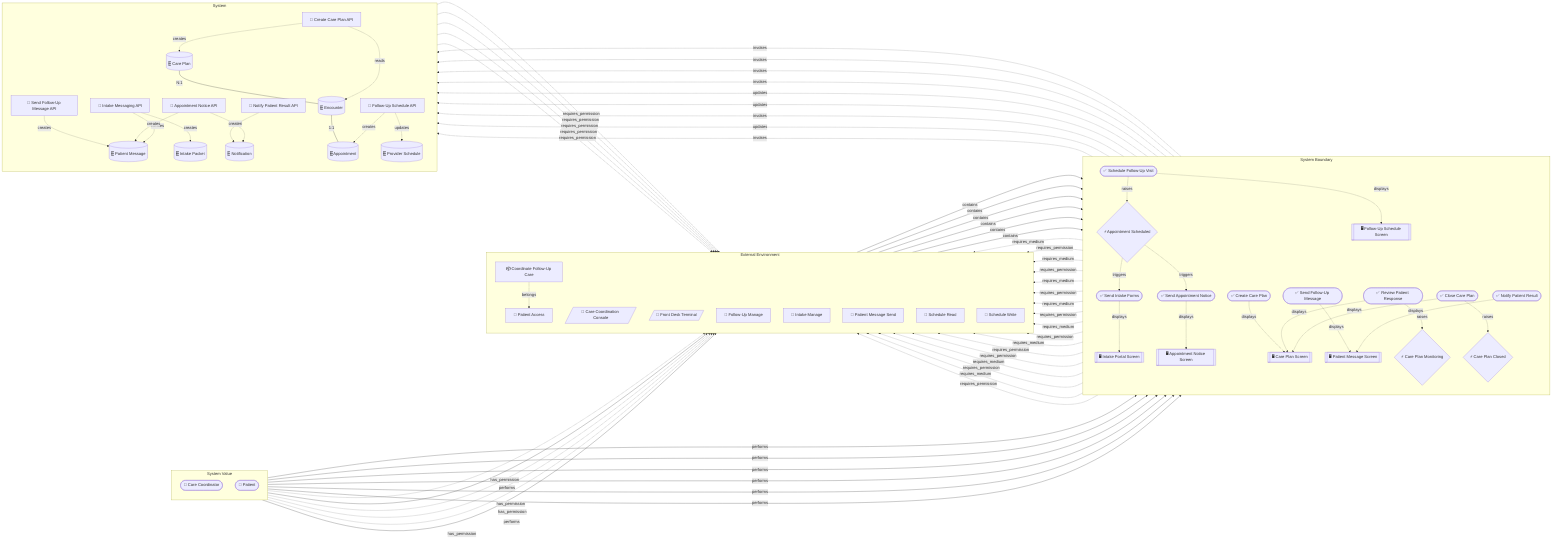
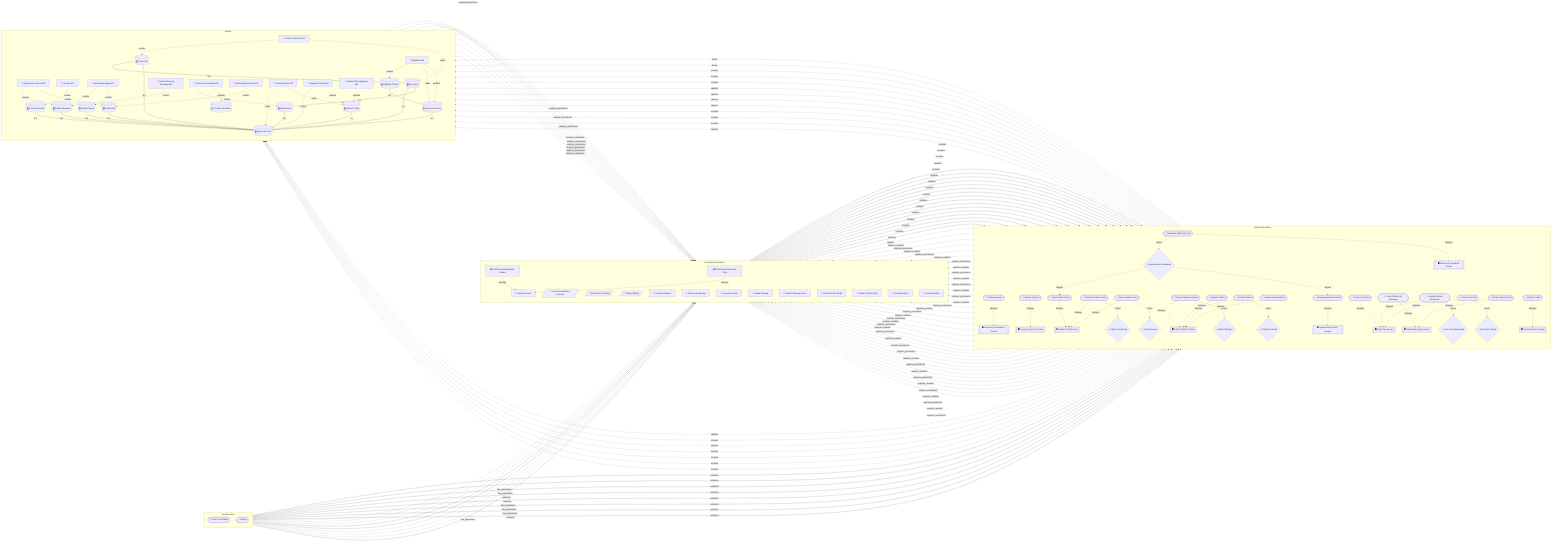
flowchart LR
  subgraph layer_value[System Value]
    direction TB
    CareCoordinator(["👤 Care Coordinator"])
    Patient(["👤 Patient"])
  end
  subgraph layer_environment[External Environment]
    direction TB
    PatientAccess["💼 Patient Access"]
    BucFollowupCare["📦 Coordinate Follow-Up Care"]
+     BucPatientOnboarding["📦 Onboard and Maintain Patient"]
    CareCoordinationConsole[/"📱 Care Coordination Console"/]
    FrontDeskTerminal[/"📱 Front Desk Terminal"/]
+     PatientMobile[/"📱 Patient Mobile"/]
+     ConsentCapture["🔑 Consent Capture"]
    FollowUpManage["🔑 Follow-Up Manage"]
+     InsuranceVerify["🔑 Insurance Verify"]
    IntakeManage["🔑 Intake Manage"]
    PatientMessageSend["🔑 Patient Message Send"]
+     PatientProfileRead["🔑 Patient Profile Read"]
+     PatientProfileWrite["🔑 Patient Profile Write"]
    ScheduleRead["🔑 Schedule Read"]
    ScheduleWrite["🔑 Schedule Write"]
  end
  subgraph layer_boundary[System Boundary]
    direction TB
+     ArchivePatient(["✅ Archive Patient"])
+     CaptureConsent(["✅ Capture Consent"])
    CloseCarePlan(["✅ Close Care Plan"])
+     CompleteIntakeForms(["✅ Complete Intake Forms"])
    CreateCarePlan(["✅ Create Care Plan"])
+     ExpireIntakeForms(["✅ Expire Intake Forms"])
+     MergeDuplicatePatient(["✅ Merge Duplicate Patient"])
    NotifyPatientResult(["✅ Notify Patient Result"])
+     RegisterPatient(["✅ Register Patient"])
    ReviewPatientResponse(["✅ Review Patient Response"])
    ScheduleFollowUpVisit(["✅ Schedule Follow-Up Visit"])
+     SearchPatient(["✅ Search Patient"])
    SendAppointmentNotice(["✅ Send Appointment Notice"])
    SendFollowUpMessage(["✅ Send Follow-Up Message"])
    SendIntakeForms(["✅ Send Intake Forms"])
+     UpdateDemographics(["✅ Update Demographics"])
+     VerifyInsurance(["✅ Verify Insurance"])
    AppointmentNoticeScreen[["🖥️ Appointment Notice Screen"]]
    CarePlanScreen[["🖥️ Care Plan Screen"]]
+     ConsentScreen[["🖥️ Consent Capture Screen"]]
    FollowUpScheduleScreen[["🖥️ Follow-Up Schedule Screen"]]
+     InsuranceScreen[["🖥️ Insurance Verification Screen"]]
    IntakePortalScreen[["🖥️ Intake Portal Screen"]]
    PatientMessageScreen[["🖥️ Patient Message Screen"]]
+     PatientProfileScreen[["🖥️ Patient Profile Screen"]]
+     PatientSearchScreen[["🖥️ Patient Search Screen"]]
    EvAppointmentScheduled{"⚡ Appointment Scheduled"}
    EvCarePlanClosed{"⚡ Care Plan Closed"}
    EvCarePlanMonitoring{"⚡ Care Plan Monitoring"}
+     EvIntakeCompleted{"⚡ Intake Completed"}
+     EvIntakeExpired{"⚡ Intake Expired"}
+     EvPatientArchived{"⚡ Patient Archived"}
+     EvPatientMerged{"⚡ Patient Merged"}
  end
  subgraph layer_system[System]
    direction TB
    AppointmentNoticeApi["🔌 Appointment Notice API"]
+     ConsentApi["🔌 Consent API"]
    CreateCarePlanApi["🔌 Create Care Plan API"]
+     EligibilityApi["🔌 Eligibility API"]
    FollowUpScheduleApi["🔌 Follow-Up Schedule API"]
    IntakeMessagingApi["🔌 Intake Messaging API"]
    NotifyPatientResultApi["🔌 Notify Patient Result API"]
+     RegisterPatientApi["🔌 Register Patient API"]
+     SearchPatientApi["🔌 Search Patient API"]
    SendFollowUpMessageApi["🔌 Send Follow-Up Message API"]
+     UpdateDemographicsApi["🔌 Update Demographics API"]
    Appointment[("🗄️ Appointment")]
    CarePlan[("🗄️ Care Plan")]
+     ConsentRecord[("🗄️ Consent Record")]
+     EligibilityCheck[("🗄️ Eligibility Check")]
    Encounter[("🗄️ Encounter")]
+     InsurancePolicy[("🗄️ Insurance Policy")]
    IntakePacket[("🗄️ Intake Packet")]
    Notification[("🗄️ Notification")]
+     PatientAccount[("🗄️ Patient Account")]
    PatientMessage[("🗄️ Patient Message")]
+     PatientProfile[("🗄️ Patient Profile")]
    ProviderSchedule[("🗄️ Provider Schedule")]
  end
+   Patient -.->|has_permission| PatientProfileRead
+   Patient -.->|has_permission| ConsentCapture
  Patient -.->|has_permission| ScheduleRead
+   Patient -->|performs| BucPatientOnboarding
  Patient -->|performs| BucFollowupCare
+   Patient -->|performs| CaptureConsent
+   Patient -->|performs| CompleteIntakeForms
  CareCoordinator -.->|has_permission| FollowUpManage
  CareCoordinator -.->|has_permission| PatientMessageSend
  CareCoordinator -.->|has_permission| ScheduleWrite
  CareCoordinator -->|performs| BucFollowupCare
  CareCoordinator -->|performs| CreateCarePlan
  CareCoordinator -->|performs| SendFollowUpMessage
  CareCoordinator -->|performs| ReviewPatientResponse
  CareCoordinator -->|performs| ScheduleFollowUpVisit
  CareCoordinator -->|performs| CloseCarePlan
  CareCoordinator -->|performs| NotifyPatientResult
+   ConsentApi -.->|creates| ConsentRecord
+   ConsentApi -.->|requires_permission| ConsentCapture
  IntakeMessagingApi -.->|creates| PatientMessage
  IntakeMessagingApi -.->|creates| IntakePacket
  IntakeMessagingApi -.->|requires_permission| PatientMessageSend
  AppointmentNoticeApi -.->|creates| PatientMessage
  AppointmentNoticeApi -.->|creates| Notification
  CreateCarePlanApi -.->|creates| CarePlan
  CreateCarePlanApi -.->|reads| Encounter
  CreateCarePlanApi -.->|requires_permission| FollowUpManage
  SendFollowUpMessageApi -.->|creates| PatientMessage
  SendFollowUpMessageApi -.->|requires_permission| PatientMessageSend
  FollowUpScheduleApi -.->|creates| Appointment
  FollowUpScheduleApi -.->|requires_permission| ScheduleWrite
  FollowUpScheduleApi -.->|updates| ProviderSchedule
  NotifyPatientResultApi -.->|creates| Notification
  NotifyPatientResultApi -.->|requires_permission| PatientMessageSend
+   SearchPatientApi -.->|reads| PatientAccount
+   SearchPatientApi -.->|reads| PatientProfile
+   SearchPatientApi -.->|requires_permission| PatientProfileRead
+   RegisterPatientApi -.->|creates| PatientAccount
+   RegisterPatientApi -.->|creates| PatientProfile
+   RegisterPatientApi -.->|requires_permission| PatientProfileWrite
+   UpdateDemographicsApi -.->|requires_permission| PatientProfileWrite
+   UpdateDemographicsApi -.->|updates| PatientProfile
+   EligibilityApi -.->|creates| EligibilityCheck
+   EligibilityApi -.->|reads| InsurancePolicy
+   EligibilityApi -.->|requires_permission| InsuranceVerify
+   EligibilityApi -.->|updates| InsurancePolicy
+   BucPatientOnboarding -.->|belongs| PatientAccess
+   BucPatientOnboarding -->|contains| VerifyInsurance
+   BucPatientOnboarding -->|contains| CaptureConsent
+   BucPatientOnboarding -->|contains| SendIntakeForms
+   BucPatientOnboarding -->|contains| CompleteIntakeForms
+   BucPatientOnboarding -->|contains| ExpireIntakeForms
+   BucPatientOnboarding -->|contains| MergeDuplicatePatient
+   BucPatientOnboarding -->|contains| ArchivePatient
+   BucPatientOnboarding -->|contains| SearchPatient
+   BucPatientOnboarding -->|contains| RegisterPatient
+   BucPatientOnboarding -->|contains| UpdateDemographics
  BucFollowupCare -.->|belongs| PatientAccess
  BucFollowupCare -->|contains| CreateCarePlan
  BucFollowupCare -->|contains| SendFollowUpMessage
  BucFollowupCare -->|contains| ReviewPatientResponse
  BucFollowupCare -->|contains| ScheduleFollowUpVisit
  BucFollowupCare -->|contains| CloseCarePlan
  BucFollowupCare -->|contains| NotifyPatientResult
+   Appointment ---|N:1| PatientAccount
+   Encounter ---|N:1| PatientAccount
  Encounter ---|1:1| Appointment
  CarePlan ---|N:1| Encounter
+   CarePlan ---|N:1| PatientAccount
+   PatientMessage ---|N:1| PatientAccount
+   Notification ---|N:1| PatientAccount
+   PatientProfile ---|1:1| PatientAccount
+   InsurancePolicy ---|N:1| PatientAccount
+   EligibilityCheck ---|N:1| InsurancePolicy
+   ConsentRecord ---|N:1| PatientAccount
+   IntakePacket ---|N:1| PatientAccount
+   EvAppointmentScheduled -.->|triggers| BucPatientOnboarding
  EvAppointmentScheduled -.->|triggers| SendIntakeForms
  EvAppointmentScheduled -.->|triggers| SendAppointmentNotice
+   PatientSearchScreen -.->|shows| PatientAccount
+   PatientProfileScreen -.->|shows| PatientProfile
+   VerifyInsurance -.->|displays| InsuranceScreen
+   VerifyInsurance -.->|invokes| EligibilityApi
+   VerifyInsurance -.->|requires_medium| FrontDeskTerminal
+   VerifyInsurance -.->|requires_permission| InsuranceVerify
+   CaptureConsent -.->|displays| ConsentScreen
+   CaptureConsent -.->|invokes| ConsentApi
+   CaptureConsent -.->|requires_medium| PatientMobile
+   CaptureConsent -.->|requires_permission| ConsentCapture
  SendIntakeForms -.->|displays| IntakePortalScreen
  SendIntakeForms -.->|invokes| IntakeMessagingApi
  SendIntakeForms -.->|requires_medium| FrontDeskTerminal
  SendIntakeForms -.->|requires_permission| IntakeManage
+   CompleteIntakeForms -.->|displays| IntakePortalScreen
+   CompleteIntakeForms -.->|raises| EvIntakeCompleted
+   CompleteIntakeForms -.->|requires_medium| PatientMobile
+   CompleteIntakeForms -.->|requires_permission| ConsentCapture
+   CompleteIntakeForms -.->|updates| IntakePacket
+   ExpireIntakeForms -.->|displays| IntakePortalScreen
+   ExpireIntakeForms -.->|raises| EvIntakeExpired
+   ExpireIntakeForms -.->|requires_medium| FrontDeskTerminal
+   ExpireIntakeForms -.->|requires_permission| IntakeManage
+   ExpireIntakeForms -.->|updates| IntakePacket
+   MergeDuplicatePatient -.->|displays| PatientProfileScreen
+   MergeDuplicatePatient -.->|raises| EvPatientMerged
+   MergeDuplicatePatient -.->|requires_medium| FrontDeskTerminal
+   MergeDuplicatePatient -.->|requires_permission| PatientProfileWrite
+   MergeDuplicatePatient -.->|updates| PatientAccount
+   ArchivePatient -.->|displays| PatientProfileScreen
+   ArchivePatient -.->|raises| EvPatientArchived
+   ArchivePatient -.->|requires_medium| FrontDeskTerminal
+   ArchivePatient -.->|requires_permission| PatientProfileWrite
+   ArchivePatient -.->|updates| PatientAccount
  SendAppointmentNotice -.->|displays| AppointmentNoticeScreen
  SendAppointmentNotice -.->|invokes| AppointmentNoticeApi
  SendAppointmentNotice -.->|requires_medium| FrontDeskTerminal
  SendAppointmentNotice -.->|requires_permission| ScheduleRead
  CreateCarePlan -.->|displays| CarePlanScreen
  CreateCarePlan -.->|invokes| CreateCarePlanApi
  CreateCarePlan -.->|requires_medium| CareCoordinationConsole
  CreateCarePlan -.->|requires_permission| FollowUpManage
  SendFollowUpMessage -.->|displays| PatientMessageScreen
  SendFollowUpMessage -.->|invokes| SendFollowUpMessageApi
  SendFollowUpMessage -.->|requires_medium| CareCoordinationConsole
  SendFollowUpMessage -.->|requires_permission| PatientMessageSend
  ReviewPatientResponse -.->|displays| CarePlanScreen
  ReviewPatientResponse -.->|raises| EvCarePlanMonitoring
  ReviewPatientResponse -.->|requires_medium| CareCoordinationConsole
  ReviewPatientResponse -.->|requires_permission| FollowUpManage
  ReviewPatientResponse -.->|updates| CarePlan
  ReviewPatientResponse -.->|updates| PatientMessage
  ScheduleFollowUpVisit -.->|displays| FollowUpScheduleScreen
  ScheduleFollowUpVisit -.->|invokes| FollowUpScheduleApi
  ScheduleFollowUpVisit -.->|raises| EvAppointmentScheduled
  ScheduleFollowUpVisit -.->|requires_medium| CareCoordinationConsole
  ScheduleFollowUpVisit -.->|requires_permission| FollowUpManage
  ScheduleFollowUpVisit -.->|requires_permission| ScheduleWrite
  CloseCarePlan -.->|displays| CarePlanScreen
  CloseCarePlan -.->|raises| EvCarePlanClosed
  CloseCarePlan -.->|requires_medium| CareCoordinationConsole
  CloseCarePlan -.->|requires_permission| FollowUpManage
  CloseCarePlan -.->|updates| CarePlan
  NotifyPatientResult -.->|displays| PatientMessageScreen
  NotifyPatientResult -.->|invokes| NotifyPatientResultApi
  NotifyPatientResult -.->|requires_medium| CareCoordinationConsole
  NotifyPatientResult -.->|requires_permission| PatientMessageSend
+   SearchPatient -.->|displays| PatientSearchScreen
+   SearchPatient -.->|invokes| SearchPatientApi
+   SearchPatient -.->|requires_medium| FrontDeskTerminal
+   SearchPatient -.->|requires_permission| PatientProfileRead
+   RegisterPatient -.->|displays| PatientProfileScreen
+   RegisterPatient -.->|invokes| RegisterPatientApi
+   RegisterPatient -.->|requires_medium| FrontDeskTerminal
+   RegisterPatient -.->|requires_permission| PatientProfileWrite
+   UpdateDemographics -.->|displays| PatientProfileScreen
+   UpdateDemographics -.->|invokes| UpdateDemographicsApi
+   UpdateDemographics -.->|requires_medium| FrontDeskTerminal
+   UpdateDemographics -.->|requires_permission| PatientProfileWrite
